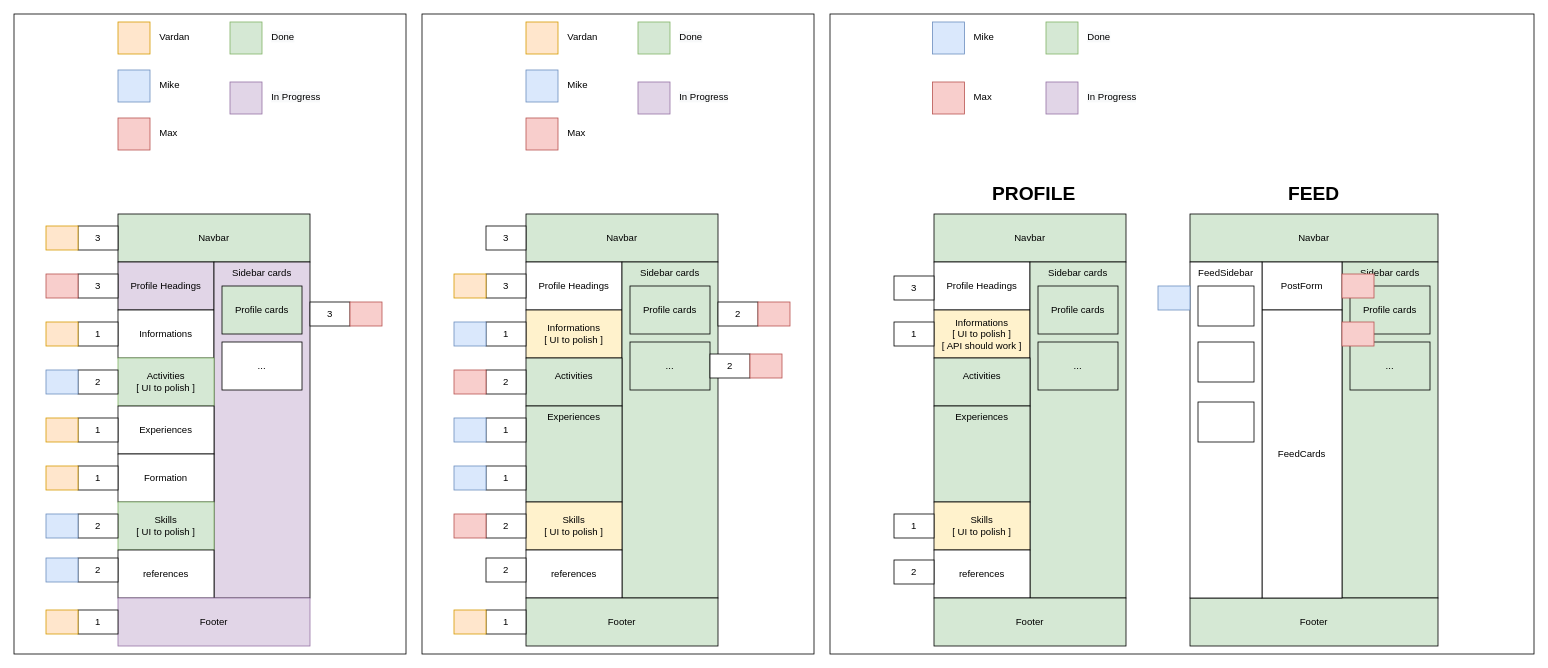
MaksymSharinDev/strive-apr21-BW2 keeps this draw.io diagram as Strikedin-Mockup.drawio. Above is the earlier version. Source tidied: cells renumbered, new cells numbered last; positions are measured from the earlier drawing's top-left corner, leaving out a move shared by most shapes. Both pictures are drawn from the tidied source at 80%, with x=0, y=0 at pixel (14, 14).
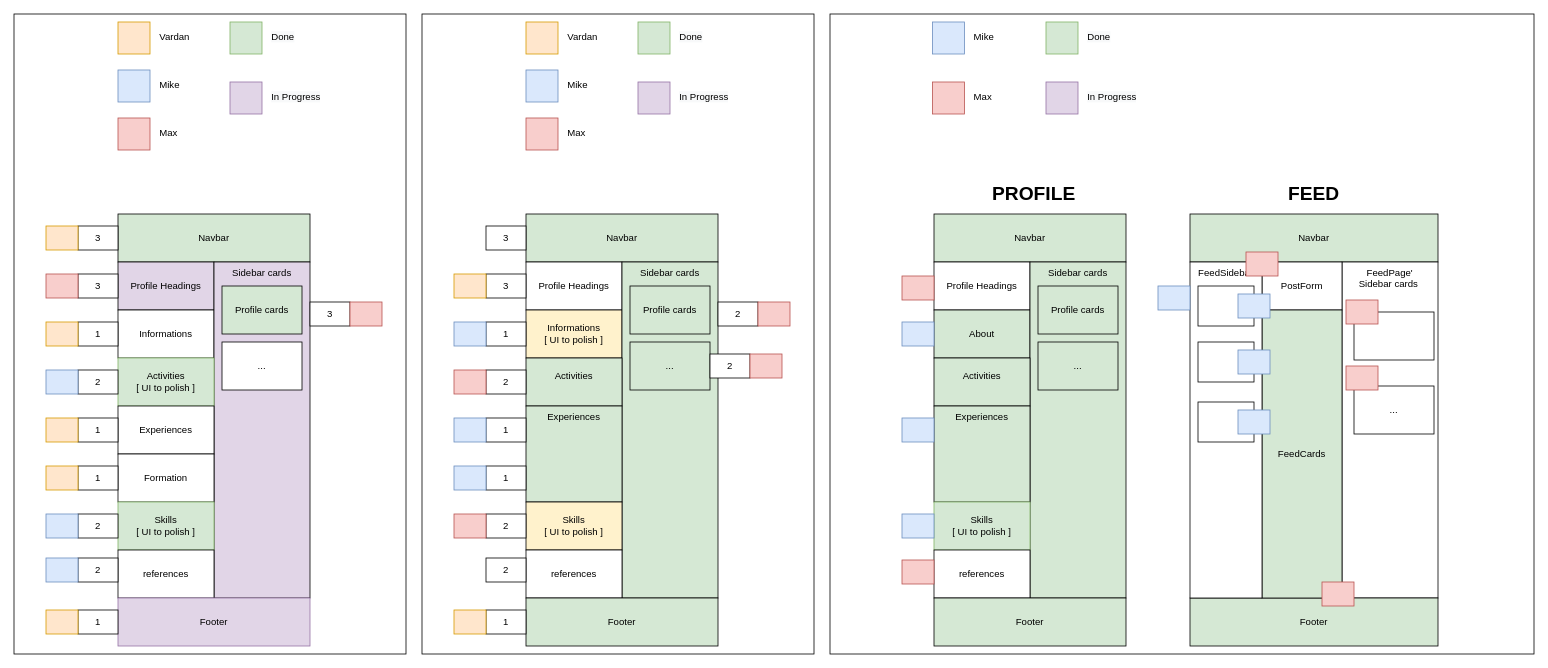
The same page after the edit.

Diff of the diagram source:
```diff
@@
-    <mxCell id="90" value="Informations&lt;br&gt;[ UI to polish ]&lt;br&gt;[ API should work ]" style="rounded=0;whiteSpace=wrap;html=1;fillColor=#fff2cc;" parent="1" vertex="1">
+    <mxCell id="90" value="About" style="rounded=0;whiteSpace=wrap;html=1;fillColor=#d5e8d4;" parent="1" vertex="1">
       <mxGeometry x="1150" y="370" width="120" height="60" as="geometry" />
     </mxCell>
@@
-    <mxCell id="94" value="Skills&lt;br&gt;[ UI to polish ]" style="rounded=0;whiteSpace=wrap;html=1;fillColor=#fff2cc;" parent="1" vertex="1">
+    <mxCell id="94" value="Skills&lt;br&gt;[ UI to polish ]" style="rounded=0;whiteSpace=wrap;html=1;fillColor=#d5e8d4;strokeColor=#82b366;" parent="1" vertex="1">
       <mxGeometry x="1150" y="610" width="120" height="60" as="geometry" />
     </mxCell>
@@
-    <mxCell id="107" value="2" style="rounded=0;whiteSpace=wrap;html=1;" parent="1" vertex="1">
-      <mxGeometry x="1100" y="682.5" width="50" height="30" as="geometry" />
-    </mxCell>
-    <mxCell id="108" value="3" style="rounded=0;whiteSpace=wrap;html=1;" parent="1" vertex="1">
-      <mxGeometry x="1100" y="327.5" width="50" height="30" as="geometry" />
-    </mxCell>
-    <mxCell id="109" value="1" style="rounded=0;whiteSpace=wrap;html=1;" parent="1" vertex="1">
-      <mxGeometry x="1100" y="385" width="50" height="30" as="geometry" />
-    </mxCell>
-    <mxCell id="110" value="1" style="rounded=0;whiteSpace=wrap;html=1;" parent="1" vertex="1">
-      <mxGeometry x="1100" y="625" width="50" height="30" as="geometry" />
-    </mxCell>
@@
-    <mxCell id="112" value="Sidebar cards" style="rounded=0;whiteSpace=wrap;html=1;verticalAlign=top;fillColor=#d5e8d4;" parent="1" vertex="1">
+    <mxCell id="112" value="FeedPage' &lt;br&gt;Sidebar cards&amp;nbsp;" style="rounded=0;whiteSpace=wrap;html=1;verticalAlign=top;" parent="1" vertex="1">
       <mxGeometry x="1660" y="310" width="120" height="420" as="geometry" />
     </mxCell>
-    <mxCell id="113" value="Profile cards" style="rounded=0;whiteSpace=wrap;html=1;fillColor=#d5e8d4;" parent="1" vertex="1">
-      <mxGeometry x="1670" y="340" width="100" height="60" as="geometry" />
+    <mxCell id="113" style="rounded=0;whiteSpace=wrap;html=1;" parent="1" vertex="1">
+      <mxGeometry x="1675" y="372.5" width="100" height="60" as="geometry" />
     </mxCell>
-    <mxCell id="114" value="..." style="rounded=0;whiteSpace=wrap;html=1;fillColor=#d5e8d4;" parent="1" vertex="1">
-      <mxGeometry x="1670" y="410" width="100" height="60" as="geometry" />
+    <mxCell id="114" value="..." style="rounded=0;whiteSpace=wrap;html=1;" parent="1" vertex="1">
+      <mxGeometry x="1675" y="465" width="100" height="60" as="geometry" />
     </mxCell>
@@
-    <mxCell id="119" value="FeedCards" style="rounded=0;whiteSpace=wrap;html=1;" parent="1" vertex="1">
+    <mxCell id="119" value="FeedCards" style="rounded=0;whiteSpace=wrap;html=1;fillColor=#d5e8d4;" parent="1" vertex="1">
       <mxGeometry x="1560" y="370" width="100" height="360" as="geometry" />
     </mxCell>
@@
     <mxCell id="124" style="rounded=0;whiteSpace=wrap;html=1;fillColor=#f8cecc;strokeColor=#b85450;" parent="1" vertex="1">
-      <mxGeometry x="1660" y="325" width="40" height="30" as="geometry" />
+      <mxGeometry x="1665" y="357.5" width="40" height="30" as="geometry" />
     </mxCell>
     <mxCell id="125" style="rounded=0;whiteSpace=wrap;html=1;fillColor=#f8cecc;strokeColor=#b85450;" parent="1" vertex="1">
-      <mxGeometry x="1660" y="385" width="40" height="30" as="geometry" />
+      <mxGeometry x="1665" y="440" width="40" height="30" as="geometry" />
     </mxCell>
@@
+    <mxCell id="127" style="rounded=0;whiteSpace=wrap;html=1;fillColor=#dae8fc;strokeColor=#6c8ebf;" parent="1" vertex="1">
+      <mxGeometry x="1110" y="385" width="40" height="30" as="geometry" />
+    </mxCell>
+    <mxCell id="128" style="rounded=0;whiteSpace=wrap;html=1;fillColor=#dae8fc;strokeColor=#6c8ebf;" parent="1" vertex="1">
+      <mxGeometry x="1110" y="625" width="40" height="30" as="geometry" />
+    </mxCell>
+    <mxCell id="129" style="rounded=0;whiteSpace=wrap;html=1;fillColor=#dae8fc;strokeColor=#6c8ebf;" parent="1" vertex="1">
+      <mxGeometry x="1530" y="350" width="40" height="30" as="geometry" />
+    </mxCell>
+    <mxCell id="130" style="rounded=0;whiteSpace=wrap;html=1;fillColor=#dae8fc;strokeColor=#6c8ebf;" parent="1" vertex="1">
+      <mxGeometry x="1530" y="420" width="40" height="30" as="geometry" />
+    </mxCell>
+    <mxCell id="131" style="rounded=0;whiteSpace=wrap;html=1;fillColor=#dae8fc;strokeColor=#6c8ebf;" parent="1" vertex="1">
+      <mxGeometry x="1530" y="495" width="40" height="30" as="geometry" />
+    </mxCell>
+    <mxCell id="132" style="rounded=0;whiteSpace=wrap;html=1;fillColor=#f8cecc;strokeColor=#b85450;" parent="1" vertex="1">
+      <mxGeometry x="1540" y="297.5" width="40" height="30" as="geometry" />
+    </mxCell>
+    <mxCell id="133" style="rounded=0;whiteSpace=wrap;html=1;fillColor=#f8cecc;strokeColor=#b85450;" parent="1" vertex="1">
+      <mxGeometry x="1110" y="327.5" width="40" height="30" as="geometry" />
+    </mxCell>
+    <mxCell id="134" style="rounded=0;whiteSpace=wrap;html=1;fillColor=#f8cecc;strokeColor=#b85450;" parent="1" vertex="1">
+      <mxGeometry x="1110" y="682.5" width="40" height="30" as="geometry" />
+    </mxCell>
+    <mxCell id="135" style="rounded=0;whiteSpace=wrap;html=1;fillColor=#f8cecc;strokeColor=#b85450;" parent="1" vertex="1">
+      <mxGeometry x="1635" y="710" width="40" height="30" as="geometry" />
+    </mxCell>
+    <mxCell id="136" style="rounded=0;whiteSpace=wrap;html=1;fillColor=#dae8fc;strokeColor=#6c8ebf;" parent="1" vertex="1">
+      <mxGeometry x="1110" y="505" width="40" height="30" as="geometry" />
+    </mxCell>
```
